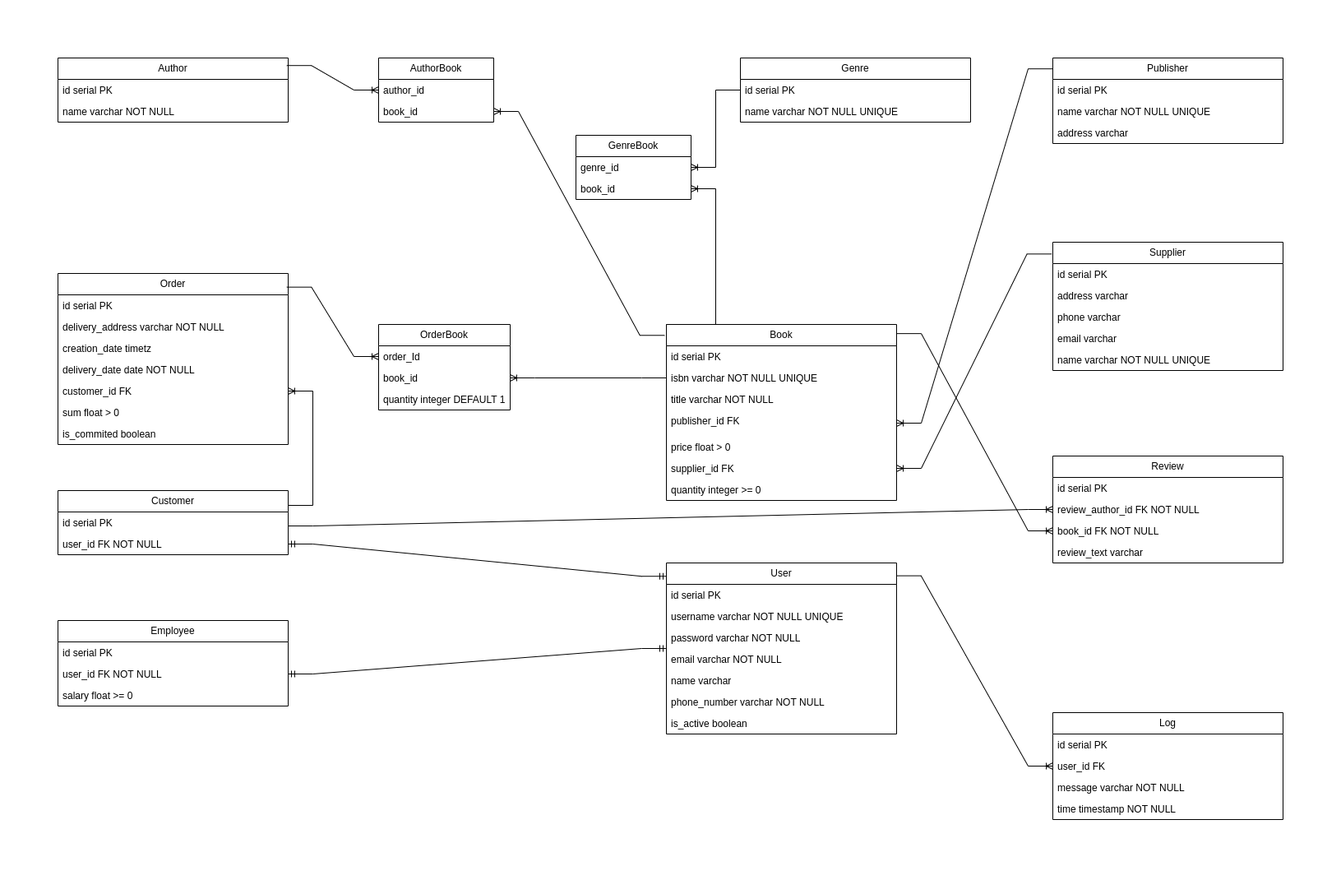
The draw.io diagram diagram.png in velnck/db-5, before a commit. Source tidied: cells renumbered, new cells last; positions are measured from the earlier drawing's top-left corner, leaving out a move shared by most shapes.
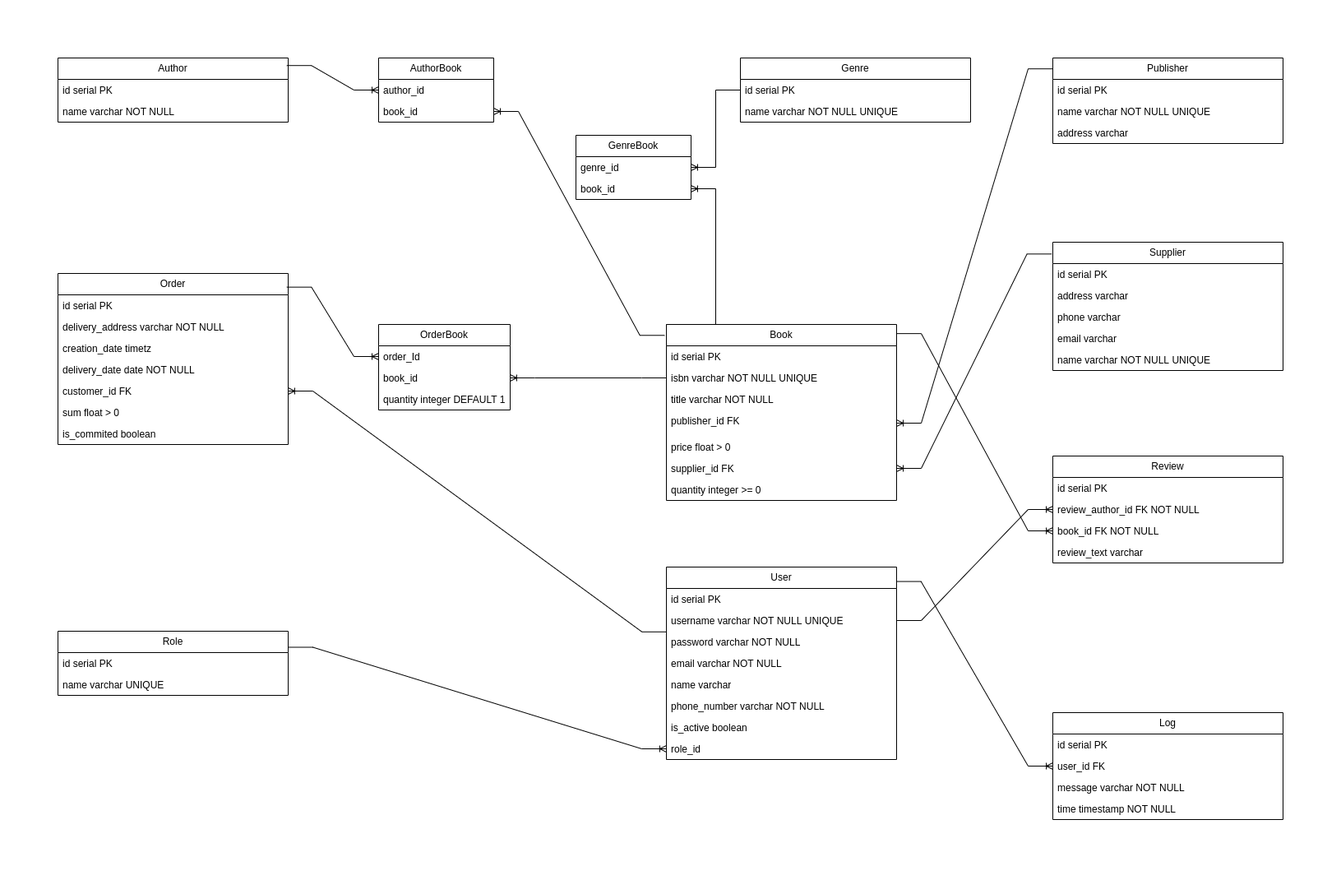
After the commit.

Diff of the diagram source:
```diff
@@ -35,15 +35,6 @@
     <mxCell id="12" value="quantity integer &amp;gt;= 0" style="text;strokeColor=none;fillColor=none;align=left;verticalAlign=top;spacingLeft=4;spacingRight=4;overflow=hidden;whiteSpace=wrap;html=1;" parent="5" vertex="1">
       <mxGeometry y="188" width="280" height="26" as="geometry" />
     </mxCell>
-    <mxCell id="13" value="Customer" style="swimlane;fontStyle=0;horizontal=1;startSize=26;fillColor=none;whiteSpace=wrap;html=1;" parent="1" vertex="1">
-      <mxGeometry y="572" width="280" height="78" as="geometry" />
-    </mxCell>
-    <mxCell id="14" value="id serial PK" style="text;strokeColor=none;fillColor=none;align=left;verticalAlign=top;spacingLeft=4;spacingRight=4;overflow=hidden;whiteSpace=wrap;html=1;" parent="13" vertex="1">
-      <mxGeometry y="26" width="280" height="26" as="geometry" />
-    </mxCell>
-    <mxCell id="15" value="user_id FK NOT NULL" style="text;strokeColor=none;fillColor=none;align=left;verticalAlign=top;spacingLeft=4;spacingRight=4;overflow=hidden;points=[[0,0.5],[1,0.5]];portConstraint=eastwest;whiteSpace=wrap;html=1;" parent="13" vertex="1">
-      <mxGeometry y="52" width="280" height="26" as="geometry" />
-    </mxCell>
     <mxCell id="16" value="Order" style="swimlane;fontStyle=0;horizontal=1;startSize=26;fillColor=none;whiteSpace=wrap;html=1;" parent="1" vertex="1">
       <mxGeometry y="308" width="280" height="208" as="geometry" />
     </mxCell>
@@ -107,18 +98,6 @@
     <mxCell id="36" value="name varchar NOT NULL UNIQUE" style="text;strokeColor=none;fillColor=none;align=left;verticalAlign=top;spacingLeft=4;spacingRight=4;overflow=hidden;whiteSpace=wrap;html=1;" parent="31" vertex="1">
       <mxGeometry y="130" width="280" height="26" as="geometry" />
     </mxCell>
-    <mxCell id="37" value="Employee" style="swimlane;fontStyle=0;horizontal=1;startSize=26;fillColor=none;whiteSpace=wrap;html=1;" parent="1" vertex="1">
-      <mxGeometry y="730" width="280" height="104" as="geometry" />
-    </mxCell>
-    <mxCell id="38" value="id serial PK" style="text;strokeColor=none;fillColor=none;align=left;verticalAlign=top;spacingLeft=4;spacingRight=4;overflow=hidden;whiteSpace=wrap;html=1;" parent="37" vertex="1">
-      <mxGeometry y="26" width="280" height="26" as="geometry" />
-    </mxCell>
-    <mxCell id="39" value="user_id FK NOT NULL" style="text;strokeColor=none;fillColor=none;align=left;verticalAlign=top;spacingLeft=4;spacingRight=4;overflow=hidden;points=[[0,0.5],[1,0.5]];portConstraint=eastwest;whiteSpace=wrap;html=1;" parent="37" vertex="1">
-      <mxGeometry y="52" width="280" height="26" as="geometry" />
-    </mxCell>
-    <mxCell id="40" value="salary float &amp;gt;= 0" style="text;strokeColor=none;fillColor=none;align=left;verticalAlign=top;spacingLeft=4;spacingRight=4;overflow=hidden;whiteSpace=wrap;html=1;" parent="37" vertex="1">
-      <mxGeometry y="78" width="280" height="26" as="geometry" />
-    </mxCell>
     <mxCell id="41" value="Review" style="swimlane;fontStyle=0;horizontal=1;startSize=26;fillColor=none;whiteSpace=wrap;html=1;" parent="1" vertex="1">
       <mxGeometry x="1210" y="530" width="280" height="130" as="geometry" />
     </mxCell>
@@ -135,7 +114,7 @@
       <mxGeometry y="104" width="280" height="26" as="geometry" />
     </mxCell>
     <mxCell id="46" value="User" style="swimlane;fontStyle=0;horizontal=1;startSize=26;fillColor=none;whiteSpace=wrap;html=1;" parent="1" vertex="1">
-      <mxGeometry x="740" y="660" width="280" height="208" as="geometry" />
+      <mxGeometry x="740" y="665" width="280" height="234" as="geometry" />
     </mxCell>
     <mxCell id="47" value="id serial PK" style="text;strokeColor=none;fillColor=none;align=left;verticalAlign=top;spacingLeft=4;spacingRight=4;overflow=hidden;whiteSpace=wrap;html=1;" parent="46" vertex="1">
       <mxGeometry y="26" width="280" height="26" as="geometry" />
@@ -158,6 +137,9 @@
     <mxCell id="53" value="is_active boolean" style="text;strokeColor=none;fillColor=none;align=left;verticalAlign=top;spacingLeft=4;spacingRight=4;overflow=hidden;whiteSpace=wrap;html=1;" parent="46" vertex="1">
       <mxGeometry y="182" width="280" height="26" as="geometry" />
     </mxCell>
+    <mxCell id="83" value="role_id" style="text;strokeColor=none;fillColor=none;align=left;verticalAlign=top;spacingLeft=4;spacingRight=4;overflow=hidden;points=[[0,0.5],[1,0.5]];portConstraint=eastwest;whiteSpace=wrap;html=1;" parent="46" vertex="1">
+      <mxGeometry y="208" width="280" height="26" as="geometry" />
+    </mxCell>
     <mxCell id="54" value="Log" style="swimlane;fontStyle=0;horizontal=1;startSize=26;fillColor=none;whiteSpace=wrap;html=1;" parent="1" vertex="1">
       <mxGeometry x="1210" y="842" width="280" height="130" as="geometry" />
     </mxCell>
@@ -173,19 +155,6 @@
     <mxCell id="58" value="time timestamp NOT NULL" style="text;strokeColor=none;fillColor=none;align=left;verticalAlign=top;spacingLeft=4;spacingRight=4;overflow=hidden;whiteSpace=wrap;html=1;" parent="54" vertex="1">
       <mxGeometry y="104" width="280" height="26" as="geometry" />
     </mxCell>
-    <mxCell id="59" style="edgeStyle=entityRelationEdgeStyle;fontSize=12;html=1;endArrow=ERmandOne;startArrow=ERmandOne;rounded=0;" parent="1" edge="1" source="39" target="46">
-      <mxGeometry relative="1" as="geometry">
-        <Array as="points">
-          <mxPoint x="275.8" y="812" />
-          <mxPoint x="700" y="690" />
-          <mxPoint x="710" y="690" />
-          <mxPoint x="710" y="670" />
-        </Array>
-      </mxGeometry>
-    </mxCell>
-    <mxCell id="60" style="edgeStyle=entityRelationEdgeStyle;fontSize=12;html=1;endArrow=ERmandOne;startArrow=ERmandOne;rounded=0;entryX=0;entryY=0.078;entryDx=0;entryDy=0;entryPerimeter=0;exitX=1;exitY=0.5;exitDx=0;exitDy=0;" parent="1" edge="1" source="15" target="46">
-      <mxGeometry relative="1" as="geometry" />
-    </mxCell>
     <mxCell id="61" style="edgeStyle=entityRelationEdgeStyle;fontSize=12;html=1;endArrow=ERoneToMany;rounded=0;entryX=1;entryY=0.5;entryDx=0;entryDy=0;exitX=0;exitY=0.127;exitDx=0;exitDy=0;exitPerimeter=0;" parent="1" edge="1" source="27" target="9">
       <mxGeometry relative="1" as="geometry">
         <Array as="points">
@@ -200,14 +169,11 @@
     <mxCell id="62" style="edgeStyle=entityRelationEdgeStyle;fontSize=12;html=1;endArrow=ERoneToMany;rounded=0;entryX=1;entryY=0.5;entryDx=0;entryDy=0;exitX=-0.005;exitY=0.092;exitDx=0;exitDy=0;exitPerimeter=0;" parent="1" edge="1" source="31" target="11">
       <mxGeometry relative="1" as="geometry" />
     </mxCell>
-    <mxCell id="63" style="edgeStyle=entityRelationEdgeStyle;fontSize=12;html=1;endArrow=ERoneToMany;rounded=0;entryX=0;entryY=0.5;entryDx=0;entryDy=0;" parent="1" edge="1" target="43">
-      <mxGeometry relative="1" as="geometry">
-        <mxPoint x="280" y="615" as="sourcePoint" />
-      </mxGeometry>
+    <mxCell id="63" style="edgeStyle=entityRelationEdgeStyle;fontSize=12;html=1;endArrow=ERoneToMany;rounded=0;entryX=0;entryY=0.5;entryDx=0;entryDy=0;exitX=1;exitY=0.5;exitDx=0;exitDy=0;" parent="1" edge="1" source="48" target="43">
+      <mxGeometry relative="1" as="geometry" />
     </mxCell>
-    <mxCell id="64" style="edgeStyle=entityRelationEdgeStyle;fontSize=12;html=1;endArrow=ERoneToMany;rounded=0;entryX=1;entryY=0.5;entryDx=0;entryDy=0;" parent="1" edge="1" target="21">
+    <mxCell id="64" style="edgeStyle=entityRelationEdgeStyle;fontSize=12;html=1;endArrow=ERoneToMany;rounded=0;entryX=1;entryY=0.5;entryDx=0;entryDy=0;exitX=0.001;exitY=0.031;exitDx=0;exitDy=0;exitPerimeter=0;" parent="1" edge="1" source="49" target="21">
       <mxGeometry relative="1" as="geometry">
-        <mxPoint x="280" y="590" as="sourcePoint" />
         <Array as="points">
           <mxPoint x="290" y="470" />
         </Array>
@@ -271,5 +237,17 @@
     <mxCell id="82" value="book_id" style="text;strokeColor=none;fillColor=none;align=left;verticalAlign=top;spacingLeft=4;spacingRight=4;overflow=hidden;points=[[0,0.5],[1,0.5]];portConstraint=eastwest;whiteSpace=wrap;html=1;" parent="80" vertex="1">
       <mxGeometry y="52" width="140" height="26" as="geometry" />
     </mxCell>
+    <mxCell id="84" value="Role" style="swimlane;fontStyle=0;horizontal=1;startSize=26;fillColor=none;whiteSpace=wrap;html=1;" parent="1" vertex="1">
+      <mxGeometry y="743" width="280" height="78" as="geometry" />
+    </mxCell>
+    <mxCell id="85" value="id serial PK" style="text;strokeColor=none;fillColor=none;align=left;verticalAlign=top;spacingLeft=4;spacingRight=4;overflow=hidden;whiteSpace=wrap;html=1;" parent="84" vertex="1">
+      <mxGeometry y="26" width="280" height="26" as="geometry" />
+    </mxCell>
+    <mxCell id="86" value="name varchar UNIQUE" style="text;strokeColor=none;fillColor=none;align=left;verticalAlign=top;spacingLeft=4;spacingRight=4;overflow=hidden;whiteSpace=wrap;html=1;" parent="84" vertex="1">
+      <mxGeometry y="52" width="280" height="26" as="geometry" />
+    </mxCell>
+    <mxCell id="87" style="edgeStyle=entityRelationEdgeStyle;fontSize=12;html=1;endArrow=ERoneToMany;rounded=0;entryX=0;entryY=0.5;entryDx=0;entryDy=0;exitX=1;exitY=0.25;exitDx=0;exitDy=0;" parent="1" edge="1" source="84" target="83">
+      <mxGeometry relative="1" as="geometry" />
+    </mxCell>
   </root>
 </mxGraphModel>
```
